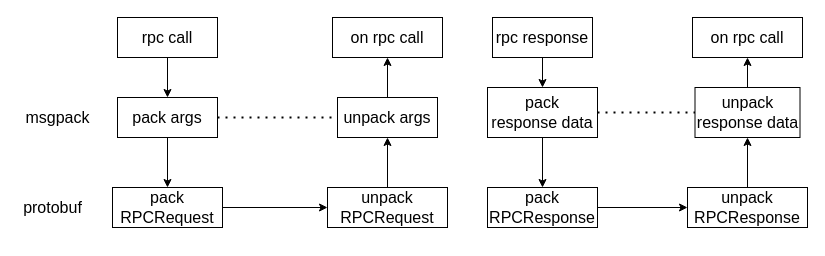
Before: rpc.drawio in 13570248114/draw, a draw.io diagram. Source tidied: cells renumbered, new cells numbered last; positions are measured from the earlier drawing's top-left corner, leaving out a move shared by most shapes. Both pictures are drawn from the tidied source at 100%, with x=0, y=0 at pixel (17, 17).
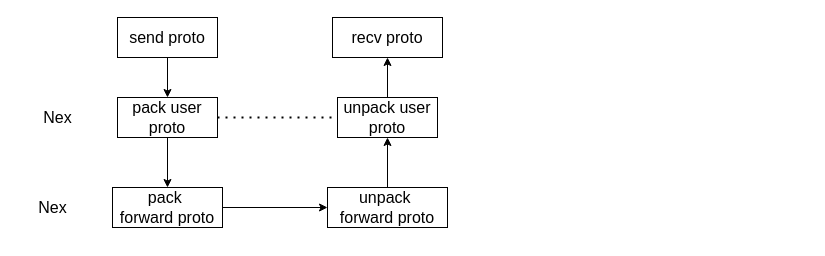
The same page after the edit.

What changed in the source:
```diff
@@
-    <mxCell id="3" value="&lt;font style=&quot;font-size: 16px&quot;&gt;rpc call&lt;/font&gt;" style="rounded=0;whiteSpace=wrap;html=1;" parent="1" vertex="1">
+    <mxCell id="3" value="&lt;span style=&quot;font-size: 16px&quot;&gt;send proto&lt;/span&gt;" style="rounded=0;whiteSpace=wrap;html=1;" parent="1" vertex="1">
       <mxGeometry x="100" width="100" height="40" as="geometry" />
     </mxCell>
@@
-    <mxCell id="5" value="&lt;span style=&quot;font-size: 16px&quot;&gt;pack RPCRequest&lt;/span&gt;" style="rounded=0;whiteSpace=wrap;html=1;" parent="1" vertex="1">
+    <mxCell id="5" value="&lt;span style=&quot;font-size: 16px&quot;&gt;pack&amp;nbsp;&lt;br&gt;forward proto&lt;br&gt;&lt;/span&gt;" style="rounded=0;whiteSpace=wrap;html=1;" parent="1" vertex="1">
       <mxGeometry x="95" y="170" width="110" height="40" as="geometry" />
     </mxCell>
@@
-    <mxCell id="7" value="&lt;span style=&quot;font-size: 16px&quot;&gt;unpack&lt;br&gt;RPCRequest&lt;br&gt;&lt;/span&gt;" style="rounded=0;whiteSpace=wrap;html=1;" parent="1" vertex="1">
+    <mxCell id="7" value="&lt;p style=&quot;line-height: 1.2&quot;&gt;&lt;span style=&quot;font-size: 16px&quot;&gt;unpack&amp;nbsp;&lt;/span&gt;&lt;br style=&quot;font-size: 16px&quot;&gt;&lt;span style=&quot;font-size: 16px&quot;&gt;forward proto&lt;/span&gt;&lt;span style=&quot;font-size: 16px&quot;&gt;&lt;br&gt;&lt;/span&gt;&lt;/p&gt;" style="rounded=0;whiteSpace=wrap;html=1;" parent="1" vertex="1">
       <mxGeometry x="310" y="170" width="120" height="40" as="geometry" />
     </mxCell>
-    <mxCell id="8" value="&lt;span style=&quot;font-size: 16px&quot;&gt;on rpc call&lt;/span&gt;" style="rounded=0;whiteSpace=wrap;html=1;" parent="1" vertex="1">
+    <mxCell id="8" value="&lt;span style=&quot;font-size: 16px&quot;&gt;recv proto&lt;/span&gt;" style="rounded=0;whiteSpace=wrap;html=1;" parent="1" vertex="1">
       <mxGeometry x="315" width="110" height="40" as="geometry" />
     </mxCell>
@@
-    <mxCell id="10" value="&lt;span style=&quot;font-size: 16px&quot;&gt;pack args&lt;/span&gt;" style="rounded=0;whiteSpace=wrap;html=1;" parent="1" vertex="1">
+    <mxCell id="10" value="&lt;span style=&quot;font-size: 16px&quot;&gt;pack user proto&lt;/span&gt;" style="rounded=0;whiteSpace=wrap;html=1;" parent="1" vertex="1">
       <mxGeometry x="100" y="80" width="100" height="40" as="geometry" />
     </mxCell>
@@
-    <mxCell id="12" value="&lt;span style=&quot;font-size: 16px&quot;&gt;unpack args&lt;/span&gt;" style="rounded=0;whiteSpace=wrap;html=1;" parent="1" vertex="1">
+    <mxCell id="12" value="&lt;span style=&quot;font-size: 16px&quot;&gt;unpack user proto&lt;/span&gt;" style="rounded=0;whiteSpace=wrap;html=1;" parent="1" vertex="1">
       <mxGeometry x="320" y="80" width="100" height="40" as="geometry" />
     </mxCell>
-    <mxCell id="13" style="edgeStyle=orthogonalEdgeStyle;rounded=0;jettySize=auto;html=1;" parent="1" edge="1" source="14" target="21">
-      <mxGeometry relative="1" as="geometry" />
-    </mxCell>
-    <mxCell id="14" value="&lt;span style=&quot;font-size: 16px&quot;&gt;rpc response&lt;/span&gt;" style="rounded=0;whiteSpace=wrap;html=1;" parent="1" vertex="1">
-      <mxGeometry x="475" width="100" height="40" as="geometry" />
-    </mxCell>
-    <mxCell id="15" style="edgeStyle=orthogonalEdgeStyle;rounded=0;jettySize=auto;html=1;fontSize=16;" parent="1" edge="1" source="16" target="18">
-      <mxGeometry relative="1" as="geometry" />
-    </mxCell>
-    <mxCell id="16" value="&lt;span style=&quot;font-size: 16px&quot;&gt;pack RPCResponse&lt;/span&gt;" style="rounded=0;whiteSpace=wrap;html=1;" parent="1" vertex="1">
-      <mxGeometry x="470" y="170" width="110" height="40" as="geometry" />
-    </mxCell>
-    <mxCell id="17" style="edgeStyle=orthogonalEdgeStyle;rounded=0;jettySize=auto;html=1;" parent="1" edge="1" source="18" target="23">
-      <mxGeometry relative="1" as="geometry" />
-    </mxCell>
-    <mxCell id="18" value="&lt;span style=&quot;font-size: 16px&quot;&gt;unpack RPCResponse&lt;/span&gt;" style="rounded=0;whiteSpace=wrap;html=1;" parent="1" vertex="1">
-      <mxGeometry x="670" y="170" width="120" height="40" as="geometry" />
-    </mxCell>
-    <mxCell id="19" value="&lt;span style=&quot;font-size: 16px&quot;&gt;on rpc call&lt;/span&gt;" style="rounded=0;whiteSpace=wrap;html=1;" parent="1" vertex="1">
-      <mxGeometry x="675" width="110" height="40" as="geometry" />
-    </mxCell>
-    <mxCell id="20" style="edgeStyle=orthogonalEdgeStyle;rounded=0;jettySize=auto;html=1;" parent="1" edge="1" source="21" target="16">
-      <mxGeometry relative="1" as="geometry" />
-    </mxCell>
-    <mxCell id="21" value="&lt;span style=&quot;font-size: 16px&quot;&gt;pack &lt;br&gt;response data&lt;/span&gt;" style="rounded=0;whiteSpace=wrap;html=1;" parent="1" vertex="1">
-      <mxGeometry x="470" y="70" width="110" height="50" as="geometry" />
-    </mxCell>
-    <mxCell id="22" style="edgeStyle=orthogonalEdgeStyle;rounded=0;jettySize=auto;html=1;" parent="1" edge="1" source="23" target="19">
-      <mxGeometry relative="1" as="geometry" />
-    </mxCell>
-    <mxCell id="23" value="&lt;span style=&quot;font-size: 16px&quot;&gt;unpack response data&lt;/span&gt;" style="rounded=0;whiteSpace=wrap;html=1;" parent="1" vertex="1">
-      <mxGeometry x="677.5" y="70" width="105" height="50" as="geometry" />
-    </mxCell>
@@
-    <mxCell id="25" style="endArrow=none;dashed=1;html=1;dashPattern=1 3;strokeWidth=2;rounded=0;exitX=1;exitY=0.5;exitDx=0;exitDy=0;entryX=0;entryY=0.5;entryDx=0;entryDy=0;" parent="1" edge="1" source="21" target="23">
-      <mxGeometry relative="1" as="geometry" />
-    </mxCell>
-    <mxCell id="26" value="&lt;font style=&quot;font-size: 16px&quot;&gt;msgpack&lt;/font&gt;" style="text;html=1;align=center;verticalAlign=middle;fillColor=none;strokeColor=none;rounded=0;" parent="1" vertex="1">
-      <mxGeometry y="90" width="80" height="20" as="geometry" />
+    <mxCell id="26" value="&lt;span style=&quot;font-size: 16px&quot;&gt;Nex&lt;/span&gt;" style="text;html=1;align=center;verticalAlign=middle;fillColor=none;strokeColor=none;rounded=0;" parent="1" vertex="1">
+      <mxGeometry x="20" y="90" width="40" height="20" as="geometry" />
     </mxCell>
-    <mxCell id="27" value="&lt;span style=&quot;font-size: 16px&quot;&gt;protobuf&lt;/span&gt;" style="text;html=1;align=center;verticalAlign=middle;fillColor=none;strokeColor=none;rounded=0;" parent="1" vertex="1">
-      <mxGeometry y="180" width="70" height="20" as="geometry" />
+    <mxCell id="27" value="&lt;span style=&quot;font-size: 16px&quot;&gt;Nex&lt;/span&gt;" style="text;html=1;align=center;verticalAlign=middle;fillColor=none;strokeColor=none;rounded=0;" parent="1" vertex="1">
+      <mxGeometry x="15" y="180" width="40" height="20" as="geometry" />
     </mxCell>
```
